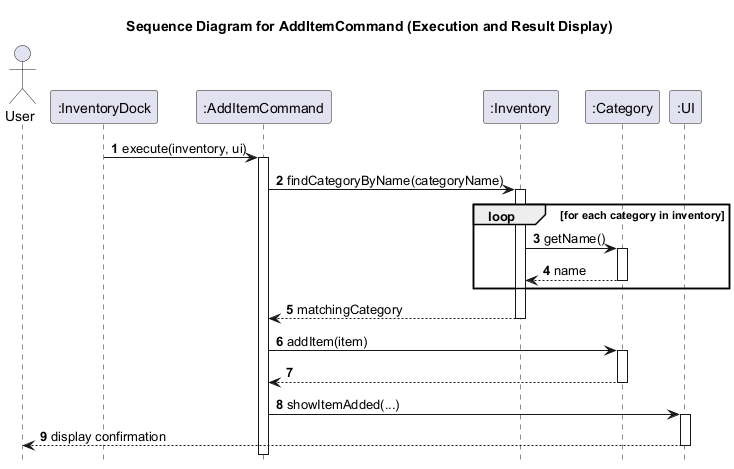
Above: docs/diagrams/sequence/AddItemCommandExecutionDisplayFlow.png in KOIiiii07/tp (PlantUML), before the change. Source of this version:
```plantuml
@startuml
title Sequence Diagram for AddItemCommand (Execution and Result Display)

autonumber
hide footbox

actor User
participant ":InventoryDock" as InventoryDock
participant ":AddItemCommand" as AddItemCommand
participant ":Inventory" as Inventory
participant ":Category" as Category
participant ":UI" as UI

InventoryDock -> AddItemCommand: execute(inventory, ui)
activate AddItemCommand
AddItemCommand -> Inventory: findCategoryByName(categoryName)
activate Inventory
loop for each category in inventory
    Inventory -> Category: getName()
    activate Category
    Category --> Inventory: name
    deactivate Category
end
Inventory --> AddItemCommand: matchingCategory
deactivate Inventory

AddItemCommand -> Category: addItem(item)
activate Category
Category --> AddItemCommand
deactivate Category

AddItemCommand -> UI: showItemAdded(...)
activate UI
UI --> User: display confirmation
deactivate UI
@enduml
```
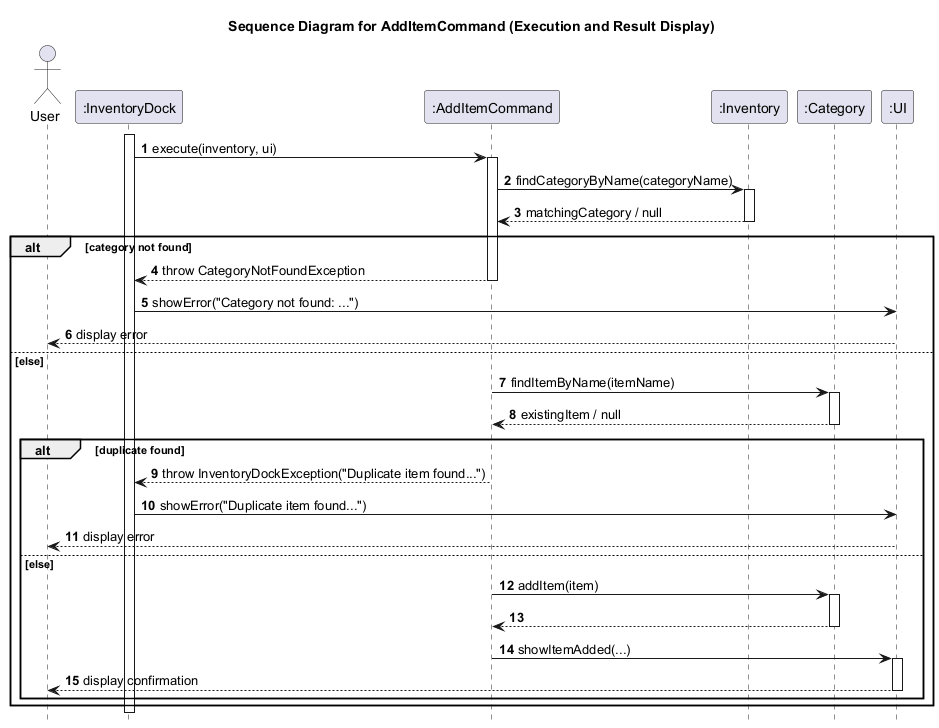
The same diagram one commit later.

What changed in the source:
```diff
@@ -11,26 +11,43 @@
 participant ":Category" as Category
 participant ":UI" as UI
 
+activate InventoryDock
 InventoryDock -> AddItemCommand: execute(inventory, ui)
 activate AddItemCommand
 AddItemCommand -> Inventory: findCategoryByName(categoryName)
 activate Inventory
-loop for each category in inventory
-    Inventory -> Category: getName()
-    activate Category
-    Category --> Inventory: name
-    deactivate Category
-end
-Inventory --> AddItemCommand: matchingCategory
+Inventory --> AddItemCommand: matchingCategory / null
 deactivate Inventory
 
-AddItemCommand -> Category: addItem(item)
-activate Category
-Category --> AddItemCommand
-deactivate Category
+alt category not found
+    AddItemCommand --> InventoryDock: throw CategoryNotFoundException
+    deactivate AddItemCommand
+    InventoryDock -> UI: showError("Category not found: ...")
+    UI --> User: display error
+else else
+    AddItemCommand -> Category: findItemByName(itemName)
+    activate Category
+    Category --> AddItemCommand: existingItem / null
+    deactivate Category
 
-AddItemCommand -> UI: showItemAdded(...)
-activate UI
-UI --> User: display confirmation
-deactivate UI
+    alt duplicate found
+        AddItemCommand --> InventoryDock: throw InventoryDockException("Duplicate item found...")
+        deactivate AddItemCommand
+        InventoryDock -> UI: showError("Duplicate item found...")
+        UI --> User: display error
+    else else
+        AddItemCommand -> Category: addItem(item)
+        activate Category
+        Category --> AddItemCommand
+        deactivate Category
+
+        AddItemCommand -> UI: showItemAdded(...)
+        activate UI
+        UI --> User: display confirmation
+        deactivate UI
+        deactivate AddItemCommand
+    end
+end
+
+deactivate InventoryDock
 @enduml
```
